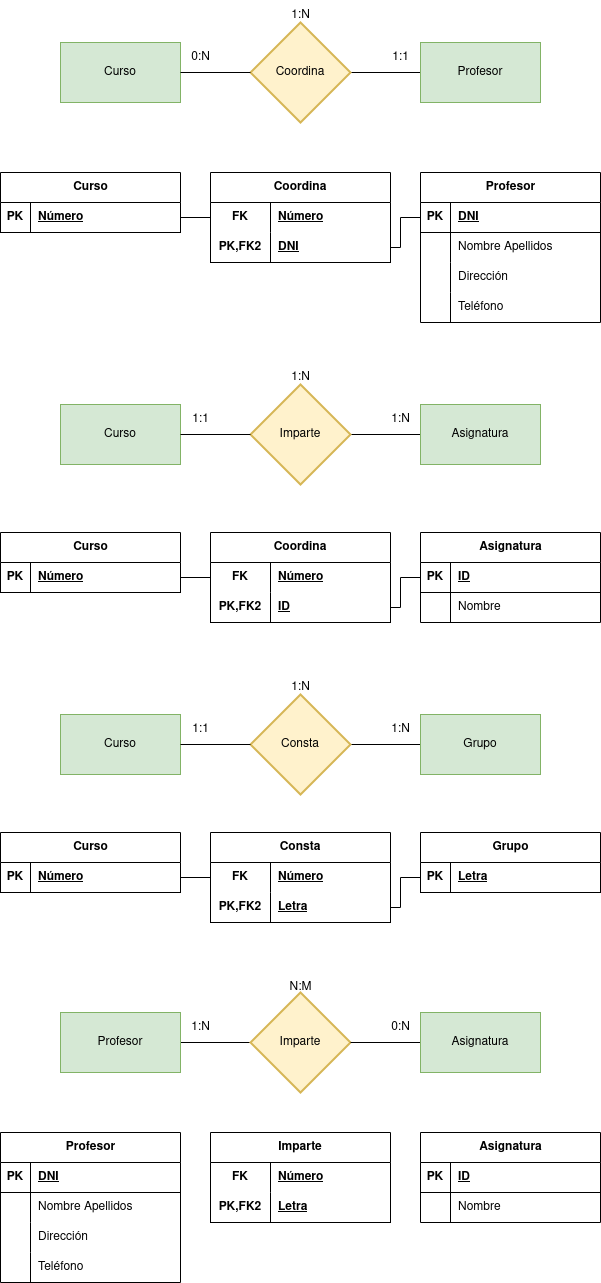
The draw.io diagram tareas 1/Ejercicio calificable docente (MR-2).drawio.png in GermanOjeda/base-datos, before a commit. Source tidied: cells renumbered, new cells last; positions are measured from the earlier drawing's top-left corner, leaving out a move shared by most shapes.
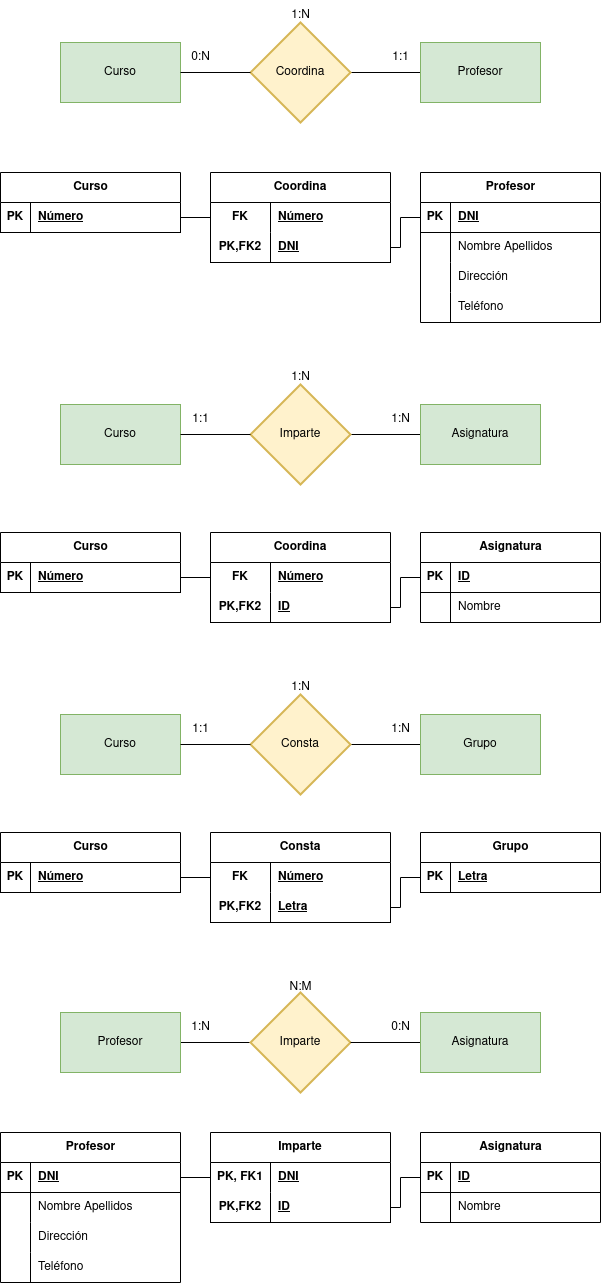
Later version of the same file.

Change to the diagram source:
```diff
@@ -358,10 +358,10 @@
     <mxCell id="118" style="shape=tableRow;horizontal=0;startSize=0;swimlaneHead=0;swimlaneBody=0;fillColor=none;points=[[0,0.5],[1,0.5]];portConstraint=eastwest;top=0;left=0;right=0;bottom=0;html=1;" parent="117" vertex="1">
       <mxGeometry y="30" width="180" height="30" as="geometry" />
     </mxCell>
-    <mxCell id="119" value="FK" style="shape=partialRectangle;fillColor=none;top=0;left=0;bottom=0;right=0;fontStyle=1;overflow=hidden;html=1;whiteSpace=wrap;" parent="118" vertex="1">
+    <mxCell id="119" value="PK, FK1" style="shape=partialRectangle;fillColor=none;top=0;left=0;bottom=0;right=0;fontStyle=1;overflow=hidden;html=1;whiteSpace=wrap;" parent="118" vertex="1">
       <mxGeometry width="60" height="30" as="geometry" />
     </mxCell>
-    <mxCell id="120" value="Número" style="shape=partialRectangle;fillColor=none;top=0;left=0;bottom=0;right=0;align=left;spacingLeft=6;fontStyle=5;overflow=hidden;html=1;whiteSpace=wrap;" parent="118" vertex="1">
+    <mxCell id="120" value="DNI" style="shape=partialRectangle;fillColor=none;top=0;left=0;bottom=0;right=0;align=left;spacingLeft=6;fontStyle=5;overflow=hidden;html=1;whiteSpace=wrap;" parent="118" vertex="1">
       <mxGeometry x="60" width="120" height="30" as="geometry" />
     </mxCell>
     <mxCell id="121" style="shape=tableRow;horizontal=0;startSize=0;swimlaneHead=0;swimlaneBody=0;fillColor=none;points=[[0,0.5],[1,0.5]];portConstraint=eastwest;top=0;left=0;right=0;bottom=1;html=1;" parent="117" vertex="1">
@@ -370,8 +370,14 @@
     <mxCell id="122" value="PK,FK2" style="shape=partialRectangle;fillColor=none;top=0;left=0;bottom=0;right=0;fontStyle=1;overflow=hidden;html=1;whiteSpace=wrap;" parent="121" vertex="1">
       <mxGeometry width="60" height="30" as="geometry" />
     </mxCell>
-    <mxCell id="123" value="Letra" style="shape=partialRectangle;fillColor=none;top=0;left=0;bottom=0;right=0;align=left;spacingLeft=6;fontStyle=5;overflow=hidden;html=1;whiteSpace=wrap;" parent="121" vertex="1">
+    <mxCell id="123" value="ID" style="shape=partialRectangle;fillColor=none;top=0;left=0;bottom=0;right=0;align=left;spacingLeft=6;fontStyle=5;overflow=hidden;html=1;whiteSpace=wrap;" parent="121" vertex="1">
       <mxGeometry x="60" width="120" height="30" as="geometry" />
     </mxCell>
+    <mxCell id="124" style="edgeStyle=orthogonalEdgeStyle;rounded=0;jettySize=auto;html=1;exitX=1;exitY=0.5;exitDx=0;exitDy=0;entryX=0;entryY=0.5;entryDx=0;entryDy=0;endArrow=none;endFill=0;" parent="1" edge="1" source="90" target="118">
+      <mxGeometry relative="1" as="geometry" />
+    </mxCell>
+    <mxCell id="125" style="edgeStyle=orthogonalEdgeStyle;rounded=0;jettySize=auto;html=1;exitX=0;exitY=0.5;exitDx=0;exitDy=0;entryX=1;entryY=0.5;entryDx=0;entryDy=0;endArrow=none;endFill=0;" parent="1" edge="1" source="108" target="121">
+      <mxGeometry relative="1" as="geometry" />
+    </mxCell>
   </root>
 </mxGraphModel>
```
